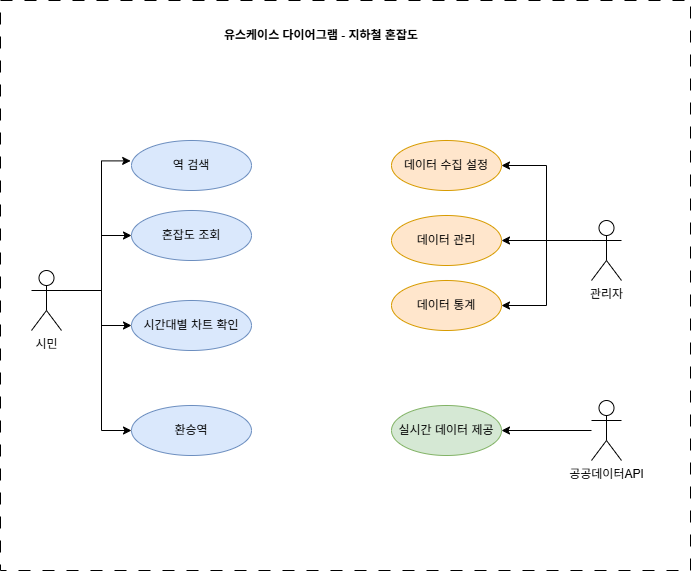
Above: 유스케이스 다이어그램-지하철 혼잡도.drawio.png in rlarldhks154-dotcom/drawio (draw.io), before the change. Source tidied: cells renumbered, new cells last; positions are measured from the earlier drawing's top-left corner, leaving out a move shared by most shapes.
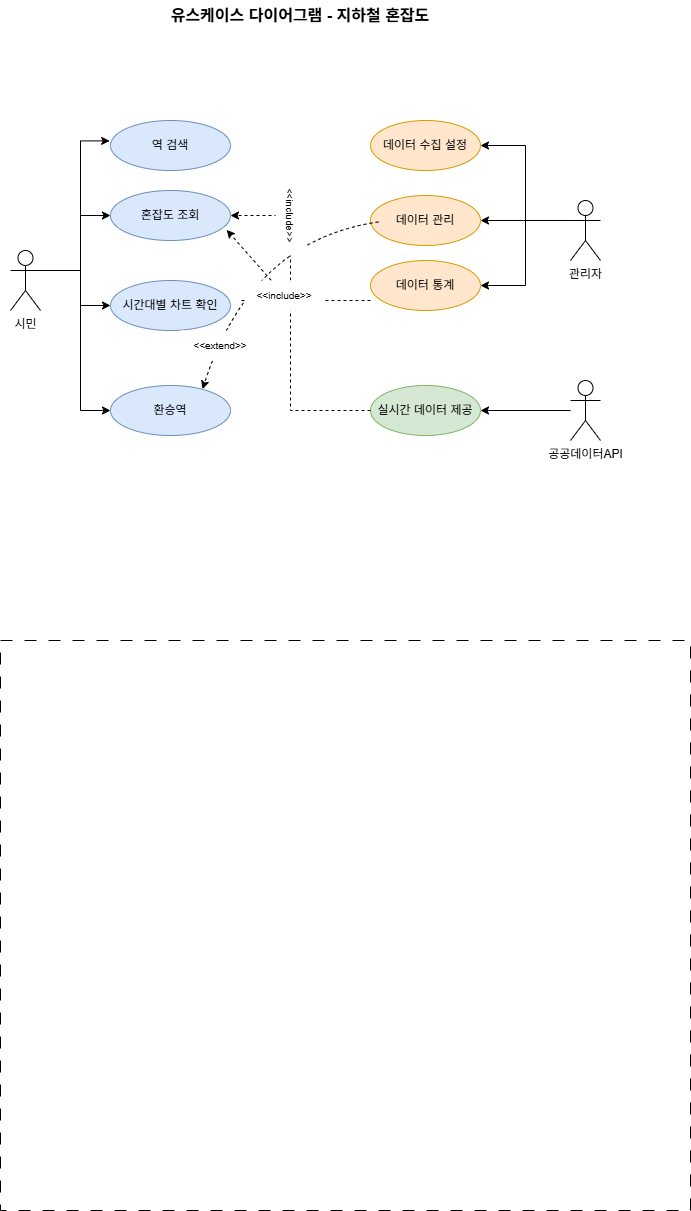
Above is the later version.

Commit message:
유스케이스 다이어그램-지하철 혼잡도.drawio.png 업데이트

What changed in the source:
```diff
@@ -3,7 +3,7 @@
     <mxCell id="0" />
     <mxCell id="1" parent="0" />
     <mxCell id="2" style="html=1;whiteSpace=wrap;strokeColor=default;dashed=1;dashPattern=12 12;" parent="1" vertex="1">
-      <mxGeometry width="690" height="570" as="geometry" />
+      <mxGeometry x="21" y="660" width="690" height="570" as="geometry" />
     </mxCell>
     <mxCell id="3" style="edgeStyle=orthogonalEdgeStyle;rounded=0;jettySize=auto;html=1;entryX=0;entryY=0.5;entryDx=0;entryDy=0;" parent="1" edge="1" source="6" target="16">
       <mxGeometry relative="1" as="geometry">
@@ -96,8 +96,46 @@
         </Array>
       </mxGeometry>
     </mxCell>
-    <mxCell id="22" value="유스케이스 다이어그램 - 지하철 혼잡도" style="text;html=1;whiteSpace=wrap;strokeColor=none;fillColor=none;align=center;verticalAlign=middle;rounded=0;fontStyle=1;" parent="1" vertex="1">
+    <mxCell id="22" value="유스케이스 다이어그램 - 지하철 혼잡도" style="text;html=1;whiteSpace=wrap;strokeColor=none;fillColor=none;align=center;verticalAlign=middle;rounded=0;fontStyle=1;fontSize=16;" parent="1" vertex="1">
       <mxGeometry x="181" y="20" width="280" height="30" as="geometry" />
     </mxCell>
+    <mxCell id="23" style="edgeStyle=none;jettySize=auto;html=1;rounded=0;dashed=1;entryX=0.968;entryY=0.787;entryDx=0;entryDy=0;entryPerimeter=0;" parent="1" edge="1" source="28" target="14">
+      <mxGeometry relative="1" as="geometry" />
+    </mxCell>
+    <mxCell id="24" style="edgeStyle=none;orthogonalLoop=1;jettySize=auto;html=1;rounded=0;curved=1;dashed=1;" parent="1" edge="1">
+      <mxGeometry relative="1" as="geometry">
+        <mxPoint x="398.9" y="241.4" as="sourcePoint" />
+        <mxPoint x="223" y="408.6" as="targetPoint" />
+        <Array as="points">
+          <mxPoint x="271" y="260" />
+        </Array>
+      </mxGeometry>
+    </mxCell>
+    <mxCell id="25" style="edgeStyle=none;jettySize=auto;html=1;rounded=0;entryX=1;entryY=0.5;entryDx=0;entryDy=0;dashed=1;" parent="1" edge="1" source="19" target="14">
+      <mxGeometry relative="1" as="geometry">
+        <Array as="points">
+          <mxPoint x="311" y="430" />
+          <mxPoint x="311" y="310" />
+          <mxPoint x="311" y="235" />
+        </Array>
+      </mxGeometry>
+    </mxCell>
+    <mxCell id="26" value="&amp;lt;&amp;lt;include&amp;gt;&amp;gt;" style="text;html=1;whiteSpace=wrap;strokeColor=none;fillColor=#FFFFFF;align=center;verticalAlign=middle;rounded=0;fontSize=10;rotation=90;" parent="1" vertex="1">
+      <mxGeometry x="271" y="220" width="80" height="30" as="geometry" />
+    </mxCell>
+    <mxCell id="27" style="edgeStyle=none;jettySize=auto;html=1;rounded=0;dashed=1;entryX=0.968;entryY=0.787;entryDx=0;entryDy=0;entryPerimeter=0;" parent="1" edge="1" target="28">
+      <mxGeometry relative="1" as="geometry">
+        <mxPoint x="391" y="320" as="sourcePoint" />
+        <Array as="points">
+          <mxPoint x="261" y="320" />
+        </Array>
+      </mxGeometry>
+    </mxCell>
+    <mxCell id="28" value="&amp;lt;&amp;lt;include&amp;gt;&amp;gt;" style="text;html=1;whiteSpace=wrap;strokeColor=none;fillColor=#FFFFFF;align=center;verticalAlign=middle;rounded=0;fontSize=10;" parent="1" vertex="1">
+      <mxGeometry x="265" y="300" width="80" height="30" as="geometry" />
+    </mxCell>
+    <mxCell id="29" value="&amp;lt;&amp;lt;extend&amp;gt;&amp;gt;" style="text;html=1;whiteSpace=wrap;strokeColor=none;fillColor=#FFFFFF;align=center;verticalAlign=middle;rounded=0;fontSize=10;" parent="1" vertex="1">
+      <mxGeometry x="201" y="350" width="80" height="30" as="geometry" />
+    </mxCell>
   </root>
 </mxGraphModel>
```
